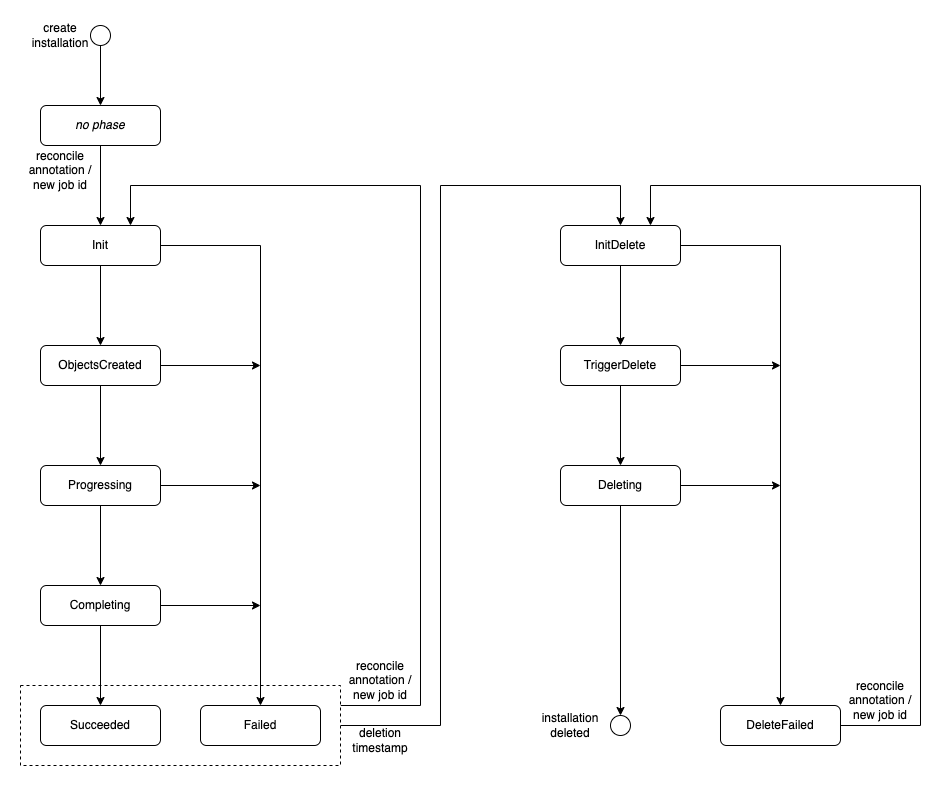
Above: docs/technical/images/installation-phases.drawio.png in gardener/landscaper (draw.io), before the change. Source tidied: cells renumbered, new cells last; positions are measured from the earlier drawing's top-left corner, leaving out a move shared by most shapes. Source of this version:
```xml
<mxGraphModel>
  <root>
    <mxCell id="0" />
    <mxCell id="1" parent="0" />
    <mxCell id="2" style="edgeStyle=orthogonalEdgeStyle;rounded=0;jettySize=auto;html=1;exitX=1;exitY=0.25;exitDx=0;exitDy=0;entryX=0.75;entryY=0;entryDx=0;entryDy=0;" parent="1" edge="1" source="4" target="7">
      <mxGeometry relative="1" as="geometry">
        <Array as="points">
          <mxPoint x="400" y="685" />
          <mxPoint x="400" y="165" />
          <mxPoint x="110" y="165" />
        </Array>
      </mxGeometry>
    </mxCell>
    <mxCell id="3" style="edgeStyle=orthogonalEdgeStyle;rounded=0;jettySize=auto;html=1;exitX=1;exitY=0.5;exitDx=0;exitDy=0;entryX=0.5;entryY=0;entryDx=0;entryDy=0;" parent="1" edge="1" source="4" target="27">
      <mxGeometry relative="1" as="geometry">
        <Array as="points">
          <mxPoint x="420" y="705" />
          <mxPoint x="420" y="165" />
          <mxPoint x="600" y="165" />
        </Array>
      </mxGeometry>
    </mxCell>
    <mxCell id="4" style="rounded=0;whiteSpace=wrap;html=1;dashed=1;" parent="1" vertex="1">
      <mxGeometry y="665" width="320" height="80" as="geometry" />
    </mxCell>
    <mxCell id="5" style="edgeStyle=orthogonalEdgeStyle;rounded=0;jettySize=auto;html=1;exitX=0.5;exitY=1;exitDx=0;exitDy=0;entryX=0.5;entryY=0;entryDx=0;entryDy=0;" parent="1" edge="1" source="7" target="10">
      <mxGeometry relative="1" as="geometry" />
    </mxCell>
    <mxCell id="6" style="edgeStyle=orthogonalEdgeStyle;rounded=0;jettySize=auto;html=1;exitX=1;exitY=0.5;exitDx=0;exitDy=0;entryX=0.5;entryY=0;entryDx=0;entryDy=0;" parent="1" edge="1" source="7" target="18">
      <mxGeometry relative="1" as="geometry" />
    </mxCell>
    <mxCell id="7" value="Init" style="rounded=1;whiteSpace=wrap;html=1;" parent="1" vertex="1">
      <mxGeometry x="20" y="205" width="120" height="40" as="geometry" />
    </mxCell>
    <mxCell id="8" style="edgeStyle=orthogonalEdgeStyle;rounded=0;jettySize=auto;html=1;exitX=0.5;exitY=1;exitDx=0;exitDy=0;entryX=0.5;entryY=0;entryDx=0;entryDy=0;" parent="1" edge="1" source="10" target="13">
      <mxGeometry relative="1" as="geometry" />
    </mxCell>
    <mxCell id="9" style="edgeStyle=orthogonalEdgeStyle;rounded=0;jettySize=auto;html=1;exitX=1;exitY=0.5;exitDx=0;exitDy=0;" parent="1" edge="1" source="10">
      <mxGeometry relative="1" as="geometry">
        <mxPoint x="240" y="345" as="targetPoint" />
      </mxGeometry>
    </mxCell>
    <mxCell id="10" value="ObjectsCreated" style="rounded=1;whiteSpace=wrap;html=1;" parent="1" vertex="1">
      <mxGeometry x="20" y="325" width="120" height="40" as="geometry" />
    </mxCell>
    <mxCell id="11" style="edgeStyle=orthogonalEdgeStyle;rounded=0;jettySize=auto;html=1;exitX=0.5;exitY=1;exitDx=0;exitDy=0;entryX=0.5;entryY=0;entryDx=0;entryDy=0;" parent="1" edge="1" source="13" target="16">
      <mxGeometry relative="1" as="geometry" />
    </mxCell>
    <mxCell id="12" style="edgeStyle=orthogonalEdgeStyle;rounded=0;jettySize=auto;html=1;exitX=1;exitY=0.5;exitDx=0;exitDy=0;" parent="1" edge="1" source="13">
      <mxGeometry relative="1" as="geometry">
        <mxPoint x="240" y="465" as="targetPoint" />
      </mxGeometry>
    </mxCell>
    <mxCell id="13" value="Progressing" style="rounded=1;whiteSpace=wrap;html=1;" parent="1" vertex="1">
      <mxGeometry x="20" y="445" width="120" height="40" as="geometry" />
    </mxCell>
    <mxCell id="14" style="edgeStyle=orthogonalEdgeStyle;rounded=0;jettySize=auto;html=1;exitX=0.5;exitY=1;exitDx=0;exitDy=0;" parent="1" edge="1" source="16" target="17">
      <mxGeometry relative="1" as="geometry" />
    </mxCell>
    <mxCell id="15" style="edgeStyle=orthogonalEdgeStyle;rounded=0;jettySize=auto;html=1;exitX=1;exitY=0.5;exitDx=0;exitDy=0;" parent="1" edge="1" source="16">
      <mxGeometry relative="1" as="geometry">
        <mxPoint x="240" y="585" as="targetPoint" />
      </mxGeometry>
    </mxCell>
    <mxCell id="16" value="Completing" style="rounded=1;whiteSpace=wrap;html=1;" parent="1" vertex="1">
      <mxGeometry x="20" y="565" width="120" height="40" as="geometry" />
    </mxCell>
    <mxCell id="17" value="Succeeded" style="rounded=1;whiteSpace=wrap;html=1;" parent="1" vertex="1">
      <mxGeometry x="20" y="685" width="120" height="40" as="geometry" />
    </mxCell>
    <mxCell id="18" value="Failed" style="rounded=1;whiteSpace=wrap;html=1;" parent="1" vertex="1">
      <mxGeometry x="180" y="685" width="120" height="40" as="geometry" />
    </mxCell>
    <mxCell id="19" style="edgeStyle=orthogonalEdgeStyle;rounded=0;jettySize=auto;html=1;exitX=0.5;exitY=1;exitDx=0;exitDy=0;entryX=0.5;entryY=0;entryDx=0;entryDy=0;" parent="1" edge="1" source="20" target="23">
      <mxGeometry relative="1" as="geometry" />
    </mxCell>
    <mxCell id="20" style="ellipse;whiteSpace=wrap;html=1;" parent="1" vertex="1">
      <mxGeometry x="70" y="5" width="20" height="20" as="geometry" />
    </mxCell>
    <mxCell id="21" value="create&lt;br&gt;installation" style="text;html=1;strokeColor=none;fillColor=none;align=center;verticalAlign=middle;whiteSpace=wrap;rounded=0;" parent="1" vertex="1">
      <mxGeometry x="10" width="60" height="30" as="geometry" />
    </mxCell>
    <mxCell id="22" style="edgeStyle=orthogonalEdgeStyle;rounded=0;jettySize=auto;html=1;exitX=0.5;exitY=1;exitDx=0;exitDy=0;entryX=0.5;entryY=0;entryDx=0;entryDy=0;" parent="1" edge="1" source="23" target="7">
      <mxGeometry relative="1" as="geometry" />
    </mxCell>
    <mxCell id="23" value="&lt;i&gt;no phase&lt;/i&gt;" style="rounded=1;whiteSpace=wrap;html=1;" parent="1" vertex="1">
      <mxGeometry x="20" y="85" width="120" height="40" as="geometry" />
    </mxCell>
    <mxCell id="24" value="deletion timestamp" style="text;html=1;strokeColor=none;fillColor=none;align=center;verticalAlign=middle;whiteSpace=wrap;rounded=0;" parent="1" vertex="1">
      <mxGeometry x="330" y="705" width="60" height="30" as="geometry" />
    </mxCell>
    <mxCell id="25" style="ellipse;whiteSpace=wrap;html=1;" parent="1" vertex="1">
      <mxGeometry x="590" y="695" width="20" height="20" as="geometry" />
    </mxCell>
    <mxCell id="26" style="edgeStyle=orthogonalEdgeStyle;rounded=0;jettySize=auto;html=1;exitX=0.5;exitY=1;exitDx=0;exitDy=0;entryX=0.5;entryY=0;entryDx=0;entryDy=0;" parent="1" edge="1" source="31" target="25">
      <mxGeometry relative="1" as="geometry" />
    </mxCell>
    <mxCell id="27" value="InitDelete" style="rounded=1;whiteSpace=wrap;html=1;" parent="1" vertex="1">
      <mxGeometry x="540" y="205" width="120" height="40" as="geometry" />
    </mxCell>
    <mxCell id="28" style="edgeStyle=orthogonalEdgeStyle;rounded=0;jettySize=auto;html=1;exitX=1;exitY=0.5;exitDx=0;exitDy=0;" parent="1" edge="1" source="29">
      <mxGeometry relative="1" as="geometry">
        <mxPoint x="760" y="345" as="targetPoint" />
      </mxGeometry>
    </mxCell>
    <mxCell id="29" value="TriggerDelete" style="rounded=1;whiteSpace=wrap;html=1;" parent="1" vertex="1">
      <mxGeometry x="540" y="325" width="120" height="40" as="geometry" />
    </mxCell>
    <mxCell id="30" style="edgeStyle=orthogonalEdgeStyle;rounded=0;jettySize=auto;html=1;exitX=0.5;exitY=1;exitDx=0;exitDy=0;entryX=0.5;entryY=0;entryDx=0;entryDy=0;" parent="1" edge="1" source="27" target="29">
      <mxGeometry relative="1" as="geometry" />
    </mxCell>
    <mxCell id="31" value="Deleting" style="rounded=1;whiteSpace=wrap;html=1;" parent="1" vertex="1">
      <mxGeometry x="540" y="445" width="120" height="40" as="geometry" />
    </mxCell>
    <mxCell id="32" style="edgeStyle=orthogonalEdgeStyle;rounded=0;jettySize=auto;html=1;exitX=0.5;exitY=1;exitDx=0;exitDy=0;" parent="1" edge="1" source="29" target="31">
      <mxGeometry relative="1" as="geometry" />
    </mxCell>
    <mxCell id="33" style="edgeStyle=orthogonalEdgeStyle;rounded=0;jettySize=auto;html=1;exitX=1;exitY=0.5;exitDx=0;exitDy=0;entryX=0.75;entryY=0;entryDx=0;entryDy=0;" parent="1" edge="1" source="34" target="27">
      <mxGeometry relative="1" as="geometry">
        <Array as="points">
          <mxPoint x="900" y="705" />
          <mxPoint x="900" y="165" />
          <mxPoint x="630" y="165" />
        </Array>
      </mxGeometry>
    </mxCell>
    <mxCell id="34" value="DeleteFailed" style="rounded=1;whiteSpace=wrap;html=1;" parent="1" vertex="1">
      <mxGeometry x="700" y="685" width="120" height="40" as="geometry" />
    </mxCell>
    <mxCell id="35" style="edgeStyle=orthogonalEdgeStyle;rounded=0;jettySize=auto;html=1;exitX=1;exitY=0.5;exitDx=0;exitDy=0;entryX=0.5;entryY=0;entryDx=0;entryDy=0;" parent="1" edge="1" source="27" target="34">
      <mxGeometry relative="1" as="geometry" />
    </mxCell>
    <mxCell id="36" style="edgeStyle=orthogonalEdgeStyle;rounded=0;jettySize=auto;html=1;exitX=1;exitY=0.5;exitDx=0;exitDy=0;" parent="1" edge="1" source="31">
      <mxGeometry relative="1" as="geometry">
        <mxPoint x="760" y="465" as="targetPoint" />
      </mxGeometry>
    </mxCell>
    <mxCell id="37" value="installation deleted" style="text;html=1;strokeColor=none;fillColor=none;align=center;verticalAlign=middle;whiteSpace=wrap;rounded=0;" parent="1" vertex="1">
      <mxGeometry x="520" y="690" width="60" height="30" as="geometry" />
    </mxCell>
    <mxCell id="38" value="reconcile annotation / new job id" style="text;html=1;strokeColor=none;fillColor=none;align=center;verticalAlign=middle;whiteSpace=wrap;rounded=0;" parent="1" vertex="1">
      <mxGeometry y="135" width="80" height="30" as="geometry" />
    </mxCell>
    <mxCell id="39" value="reconcile annotation / new job id" style="text;html=1;strokeColor=none;fillColor=none;align=center;verticalAlign=middle;whiteSpace=wrap;rounded=0;" parent="1" vertex="1">
      <mxGeometry x="320" y="645" width="80" height="30" as="geometry" />
    </mxCell>
    <mxCell id="40" value="reconcile annotation / new job id" style="text;html=1;strokeColor=none;fillColor=none;align=center;verticalAlign=middle;whiteSpace=wrap;rounded=0;" parent="1" vertex="1">
      <mxGeometry x="820" y="665" width="80" height="30" as="geometry" />
    </mxCell>
  </root>
</mxGraphModel>
```
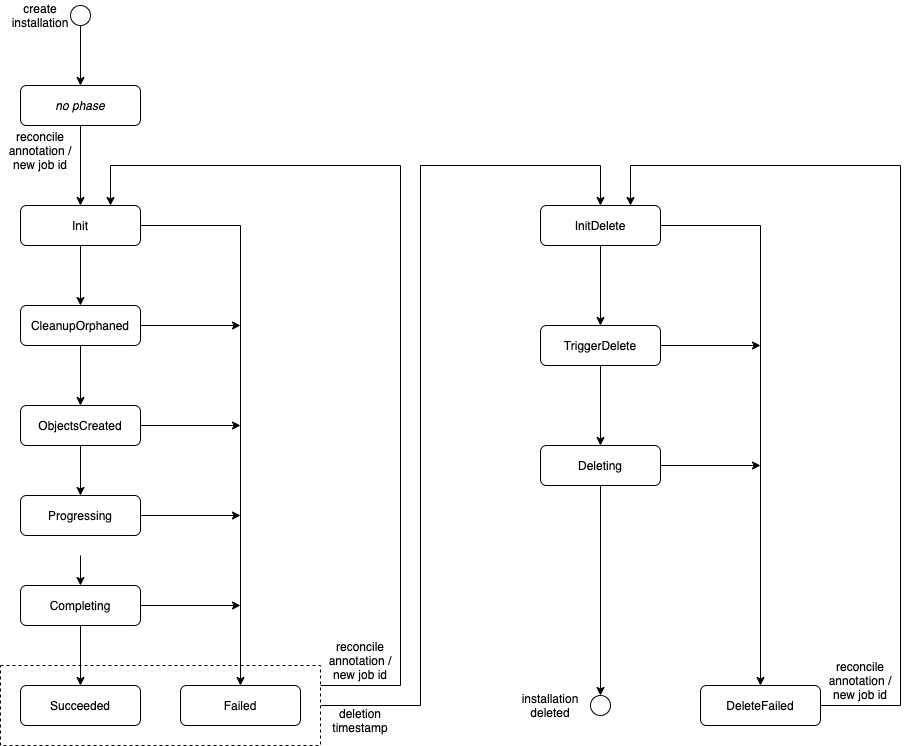
After the change.

What changed in the source:
```diff
@@ -23,7 +23,7 @@
     <mxCell id="4" style="rounded=0;whiteSpace=wrap;html=1;dashed=1;" parent="1" vertex="1">
       <mxGeometry y="665" width="320" height="80" as="geometry" />
     </mxCell>
-    <mxCell id="5" style="edgeStyle=orthogonalEdgeStyle;rounded=0;jettySize=auto;html=1;exitX=0.5;exitY=1;exitDx=0;exitDy=0;entryX=0.5;entryY=0;entryDx=0;entryDy=0;" parent="1" edge="1" source="7" target="10">
+    <mxCell id="5" style="edgeStyle=orthogonalEdgeStyle;rounded=0;jettySize=auto;html=1;exitX=0.5;exitY=1;exitDx=0;exitDy=0;entryX=0.5;entryY=0;entryDx=0;entryDy=0;" parent="1" edge="1" source="7" target="42">
       <mxGeometry relative="1" as="geometry" />
     </mxCell>
     <mxCell id="6" style="edgeStyle=orthogonalEdgeStyle;rounded=0;jettySize=auto;html=1;exitX=1;exitY=0.5;exitDx=0;exitDy=0;entryX=0.5;entryY=0;entryDx=0;entryDy=0;" parent="1" edge="1" source="7" target="18">
@@ -37,33 +37,35 @@
     </mxCell>
     <mxCell id="9" style="edgeStyle=orthogonalEdgeStyle;rounded=0;jettySize=auto;html=1;exitX=1;exitY=0.5;exitDx=0;exitDy=0;" parent="1" edge="1" source="10">
       <mxGeometry relative="1" as="geometry">
-        <mxPoint x="240" y="345" as="targetPoint" />
+        <mxPoint x="240" y="425" as="targetPoint" />
       </mxGeometry>
     </mxCell>
     <mxCell id="10" value="ObjectsCreated" style="rounded=1;whiteSpace=wrap;html=1;" parent="1" vertex="1">
-      <mxGeometry x="20" y="325" width="120" height="40" as="geometry" />
+      <mxGeometry x="20" y="405" width="120" height="40" as="geometry" />
     </mxCell>
-    <mxCell id="11" style="edgeStyle=orthogonalEdgeStyle;rounded=0;jettySize=auto;html=1;exitX=0.5;exitY=1;exitDx=0;exitDy=0;entryX=0.5;entryY=0;entryDx=0;entryDy=0;" parent="1" edge="1" source="13" target="16">
-      <mxGeometry relative="1" as="geometry" />
+    <mxCell id="11" style="edgeStyle=orthogonalEdgeStyle;rounded=0;jettySize=auto;html=1;exitX=0.5;exitY=1;exitDx=0;exitDy=0;entryX=0.5;entryY=0;entryDx=0;entryDy=0;" parent="1" edge="1" target="16">
+      <mxGeometry relative="1" as="geometry">
+        <mxPoint x="80" y="555" as="sourcePoint" />
+      </mxGeometry>
     </mxCell>
     <mxCell id="12" style="edgeStyle=orthogonalEdgeStyle;rounded=0;jettySize=auto;html=1;exitX=1;exitY=0.5;exitDx=0;exitDy=0;" parent="1" edge="1" source="13">
       <mxGeometry relative="1" as="geometry">
-        <mxPoint x="240" y="465" as="targetPoint" />
+        <mxPoint x="240" y="515" as="targetPoint" />
       </mxGeometry>
     </mxCell>
     <mxCell id="13" value="Progressing" style="rounded=1;whiteSpace=wrap;html=1;" parent="1" vertex="1">
-      <mxGeometry x="20" y="445" width="120" height="40" as="geometry" />
+      <mxGeometry x="20" y="495" width="120" height="40" as="geometry" />
     </mxCell>
     <mxCell id="14" style="edgeStyle=orthogonalEdgeStyle;rounded=0;jettySize=auto;html=1;exitX=0.5;exitY=1;exitDx=0;exitDy=0;" parent="1" edge="1" source="16" target="17">
       <mxGeometry relative="1" as="geometry" />
     </mxCell>
     <mxCell id="15" style="edgeStyle=orthogonalEdgeStyle;rounded=0;jettySize=auto;html=1;exitX=1;exitY=0.5;exitDx=0;exitDy=0;" parent="1" edge="1" source="16">
       <mxGeometry relative="1" as="geometry">
-        <mxPoint x="240" y="585" as="targetPoint" />
+        <mxPoint x="240" y="605" as="targetPoint" />
       </mxGeometry>
     </mxCell>
     <mxCell id="16" value="Completing" style="rounded=1;whiteSpace=wrap;html=1;" parent="1" vertex="1">
-      <mxGeometry x="20" y="565" width="120" height="40" as="geometry" />
+      <mxGeometry x="20" y="585" width="120" height="40" as="geometry" />
     </mxCell>
     <mxCell id="17" value="Succeeded" style="rounded=1;whiteSpace=wrap;html=1;" parent="1" vertex="1">
       <mxGeometry x="20" y="685" width="120" height="40" as="geometry" />
@@ -147,5 +149,16 @@
     <mxCell id="40" value="reconcile annotation / new job id" style="text;html=1;strokeColor=none;fillColor=none;align=center;verticalAlign=middle;whiteSpace=wrap;rounded=0;" parent="1" vertex="1">
       <mxGeometry x="820" y="665" width="80" height="30" as="geometry" />
     </mxCell>
+    <mxCell id="41" style="edgeStyle=orthogonalEdgeStyle;rounded=0;jettySize=auto;html=1;exitX=1;exitY=0.5;exitDx=0;exitDy=0;" parent="1" edge="1" source="42">
+      <mxGeometry relative="1" as="geometry">
+        <mxPoint x="240" y="325" as="targetPoint" />
+      </mxGeometry>
+    </mxCell>
+    <mxCell id="42" value="CleanupOrphaned" style="rounded=1;whiteSpace=wrap;html=1;" parent="1" vertex="1">
+      <mxGeometry x="20" y="305" width="120" height="40" as="geometry" />
+    </mxCell>
+    <mxCell id="43" style="edgeStyle=orthogonalEdgeStyle;rounded=0;jettySize=auto;html=1;exitX=0.5;exitY=1;exitDx=0;exitDy=0;entryX=0.5;entryY=0;entryDx=0;entryDy=0;" parent="1" edge="1" source="42" target="10">
+      <mxGeometry relative="1" as="geometry" />
+    </mxCell>
   </root>
 </mxGraphModel>
```
